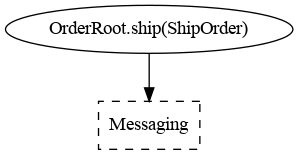
pousse-cafe/pousse-cafe.github.io keeps this Graphviz diagram as shop-doc/img/shop_ordershippment.png. Above is the earlier version. Its source is kept beside it as shop-doc/img/shop_ordershippment.dot.
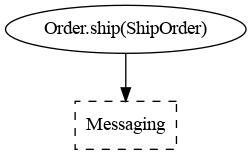
The same diagram one commit later.

Change to the diagram source:
```diff
@@ -1,6 +1,6 @@
 digraph {
 splines=spline;
-"OrderRoot.ship(ShipOrder)" -> "Messaging" [style=solid];
-"OrderRoot.ship(ShipOrder)"[shape=ellipse];
+"Order.ship(ShipOrder)" -> "Messaging" [style=solid];
 "Messaging"[shape=box,style=dashed];
+"Order.ship(ShipOrder)"[shape=ellipse];
 }
```
